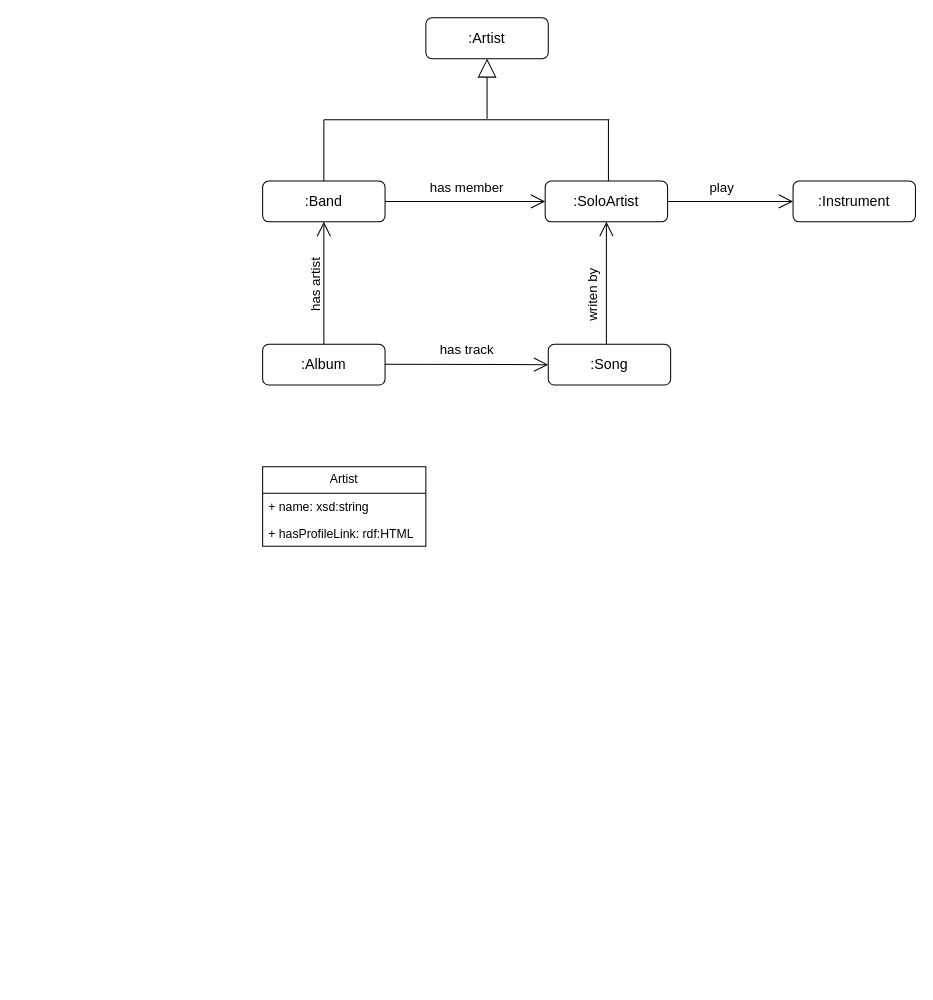
tyk1hc/drawio keeps this draw.io diagram as RDFMusicModel.drawio. Above is the earlier version. Source tidied: cells renumbered, new cells numbered last; positions are measured from the earlier drawing's top-left corner, leaving out a move shared by most shapes. Both pictures are drawn from the tidied source at 102%, with x=0, y=0 at pixel (262, 17).
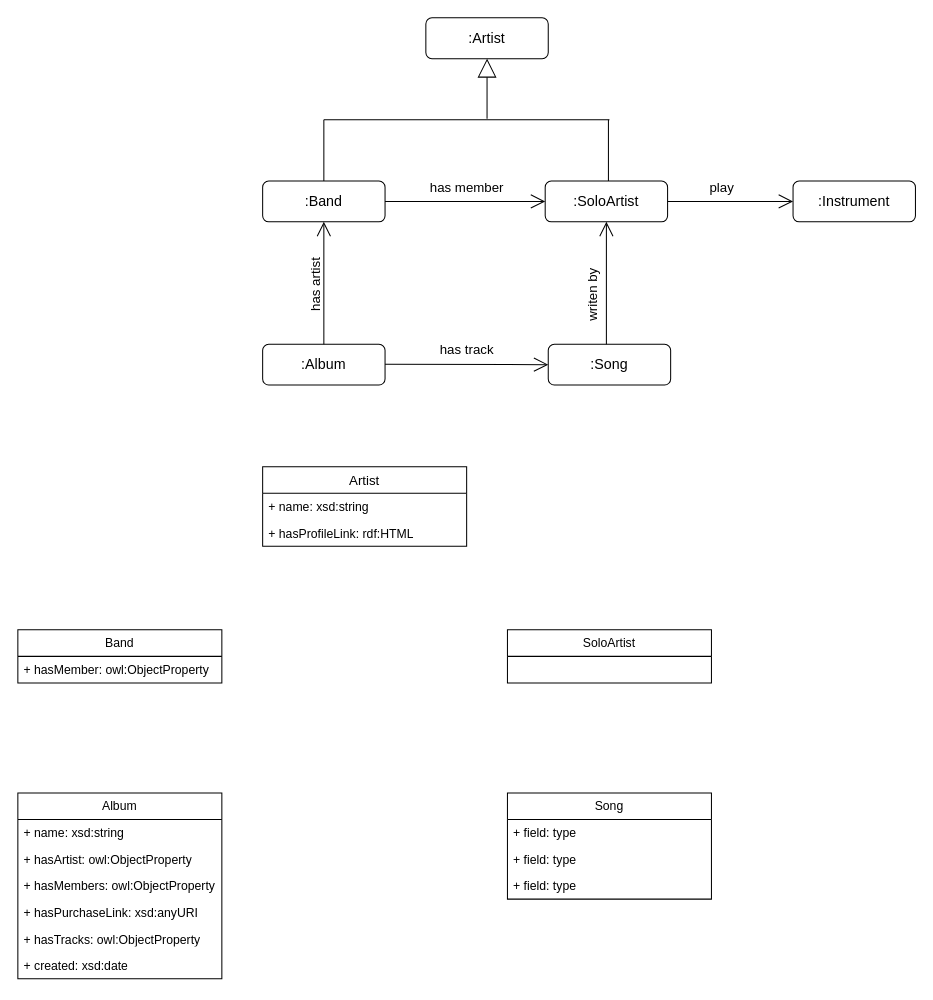
The same diagram, later.

Change to the diagram source:
```diff
@@
-    <mxCell id="23" value="Artist" style="swimlane;fontStyle=0;horizontal=1;startSize=26;fillColor=none;whiteSpace=wrap;html=1;" parent="1" vertex="1">
-      <mxGeometry y="440" width="160" height="78" as="geometry" />
+    <mxCell id="23" value="Artist" style="swimlane;fontStyle=0;horizontal=1;startSize=26;fillColor=none;whiteSpace=wrap;html=1;fontSize=13;" parent="1" vertex="1">
+      <mxGeometry y="440" width="200" height="78" as="geometry" />
     </mxCell>
     <mxCell id="24" value="+ name: xsd:string" style="text;strokeColor=none;fillColor=none;align=left;verticalAlign=top;spacingLeft=4;spacingRight=4;overflow=hidden;whiteSpace=wrap;html=1;" parent="23" vertex="1">
-      <mxGeometry y="26" width="160" height="26" as="geometry" />
+      <mxGeometry y="26" width="200" height="26" as="geometry" />
     </mxCell>
     <mxCell id="25" value="+ hasProfileLink: rdf:HTML" style="text;strokeColor=none;fillColor=none;align=left;verticalAlign=top;spacingLeft=4;spacingRight=4;overflow=hidden;whiteSpace=wrap;html=1;" parent="23" vertex="1">
-      <mxGeometry y="52" width="160" height="26" as="geometry" />
+      <mxGeometry y="52" width="200" height="26" as="geometry" />
     </mxCell>
+    <mxCell id="26" value="Band" style="swimlane;fontStyle=0;horizontal=1;startSize=26;fillColor=none;whiteSpace=wrap;html=1;" parent="1" vertex="1">
+      <mxGeometry x="-240" y="600" width="200" height="52" as="geometry" />
+    </mxCell>
+    <mxCell id="27" value="+ hasMember: owl:ObjectProperty" style="text;strokeColor=none;fillColor=none;align=left;verticalAlign=top;spacingLeft=4;spacingRight=4;overflow=hidden;whiteSpace=wrap;html=1;" parent="26" vertex="1">
+      <mxGeometry y="26" width="200" height="26" as="geometry" />
+    </mxCell>
+    <mxCell id="28" value="SoloArtist" style="swimlane;fontStyle=0;horizontal=1;startSize=26;fillColor=none;whiteSpace=wrap;html=1;" parent="1" vertex="1">
+      <mxGeometry x="240" y="600" width="200" height="52" as="geometry" />
+    </mxCell>
+    <mxCell id="29" value="Album" style="swimlane;fontStyle=0;horizontal=1;startSize=26;fillColor=none;whiteSpace=wrap;html=1;" parent="1" vertex="1">
+      <mxGeometry x="-240" y="760" width="200" height="182" as="geometry" />
+    </mxCell>
+    <mxCell id="30" value="+ name: xsd:string" style="text;strokeColor=none;fillColor=none;align=left;verticalAlign=top;spacingLeft=4;spacingRight=4;overflow=hidden;whiteSpace=wrap;html=1;" parent="29" vertex="1">
+      <mxGeometry y="26" width="200" height="26" as="geometry" />
+    </mxCell>
+    <mxCell id="31" value="+ hasArtist: owl:ObjectProperty" style="text;strokeColor=none;fillColor=none;align=left;verticalAlign=top;spacingLeft=4;spacingRight=4;overflow=hidden;whiteSpace=wrap;html=1;" parent="29" vertex="1">
+      <mxGeometry y="52" width="200" height="26" as="geometry" />
+    </mxCell>
+    <mxCell id="32" value="+ hasMembers: owl:ObjectProperty" style="text;strokeColor=none;fillColor=none;align=left;verticalAlign=top;spacingLeft=4;spacingRight=4;overflow=hidden;whiteSpace=wrap;html=1;" parent="29" vertex="1">
+      <mxGeometry y="78" width="200" height="26" as="geometry" />
+    </mxCell>
+    <mxCell id="33" value="+ hasPurchaseLink: xsd:anyURI" style="text;strokeColor=none;fillColor=none;align=left;verticalAlign=top;spacingLeft=4;spacingRight=4;overflow=hidden;whiteSpace=wrap;html=1;" parent="29" vertex="1">
+      <mxGeometry y="104" width="200" height="26" as="geometry" />
+    </mxCell>
+    <mxCell id="34" value="+ hasTracks: owl:ObjectProperty" style="text;strokeColor=none;fillColor=none;align=left;verticalAlign=top;spacingLeft=4;spacingRight=4;overflow=hidden;whiteSpace=wrap;html=1;" parent="29" vertex="1">
+      <mxGeometry y="130" width="200" height="26" as="geometry" />
+    </mxCell>
+    <mxCell id="35" value="+ created: xsd:date" style="text;strokeColor=none;fillColor=none;align=left;verticalAlign=top;spacingLeft=4;spacingRight=4;overflow=hidden;whiteSpace=wrap;html=1;" parent="29" vertex="1">
+      <mxGeometry y="156" width="200" height="26" as="geometry" />
+    </mxCell>
+    <mxCell id="36" value="Song" style="swimlane;fontStyle=0;horizontal=1;startSize=26;fillColor=none;whiteSpace=wrap;html=1;" parent="1" vertex="1">
+      <mxGeometry x="240" y="760" width="200" height="104" as="geometry" />
+    </mxCell>
+    <mxCell id="37" value="+ field: type" style="text;strokeColor=none;fillColor=none;align=left;verticalAlign=top;spacingLeft=4;spacingRight=4;overflow=hidden;whiteSpace=wrap;html=1;" parent="36" vertex="1">
+      <mxGeometry y="26" width="200" height="26" as="geometry" />
+    </mxCell>
+    <mxCell id="38" value="+ field: type" style="text;strokeColor=none;fillColor=none;align=left;verticalAlign=top;spacingLeft=4;spacingRight=4;overflow=hidden;whiteSpace=wrap;html=1;" parent="36" vertex="1">
+      <mxGeometry y="52" width="200" height="26" as="geometry" />
+    </mxCell>
+    <mxCell id="39" value="+ field: type" style="text;strokeColor=none;fillColor=none;align=left;verticalAlign=top;spacingLeft=4;spacingRight=4;overflow=hidden;whiteSpace=wrap;html=1;" parent="36" vertex="1">
+      <mxGeometry y="78" width="200" height="26" as="geometry" />
+    </mxCell>
```
